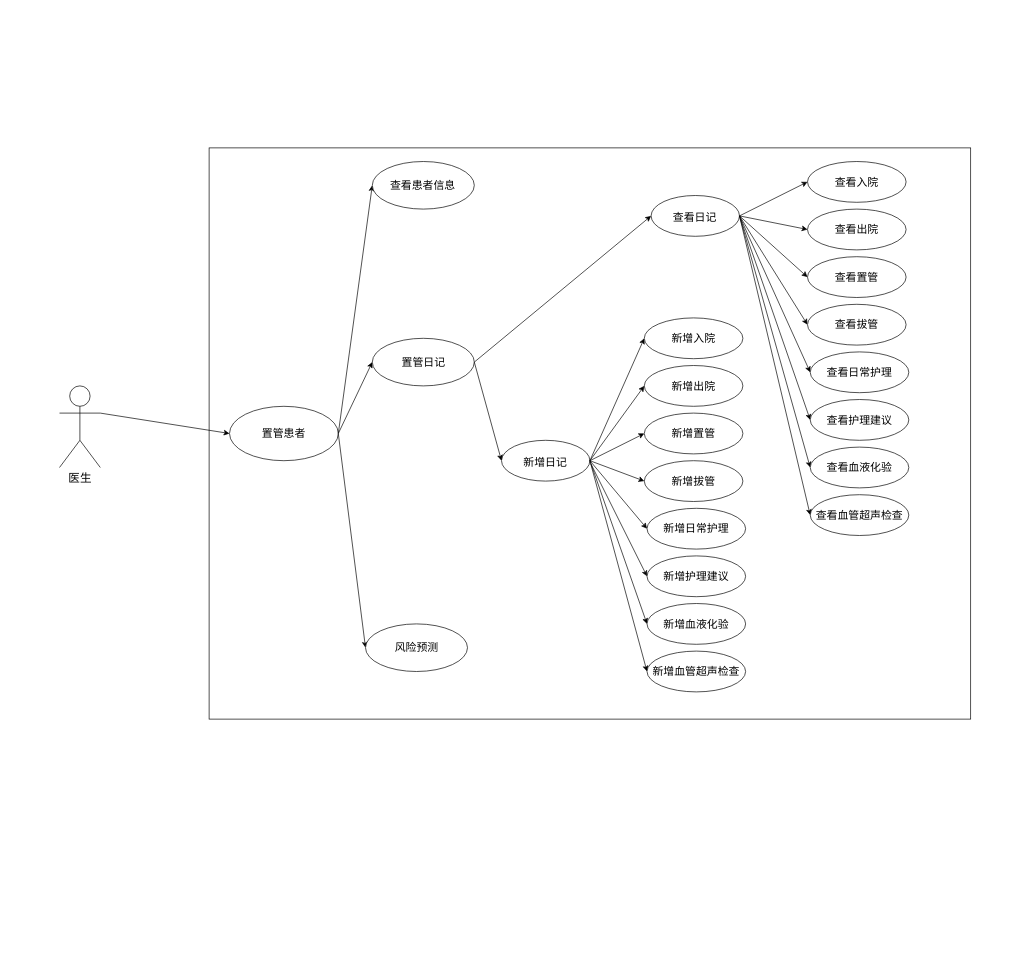
The draw.io diagram 毕设_用况图_医生端_.drawio in ssssszj/Drawio, before the edit. Source tidied: cells renumbered, new cells numbered last; positions are measured from the earlier drawing's top-left corner, leaving out a move shared by most shapes. Both pictures are drawn from the tidied source at 68%, with x=0, y=0 at pixel (32, 120).
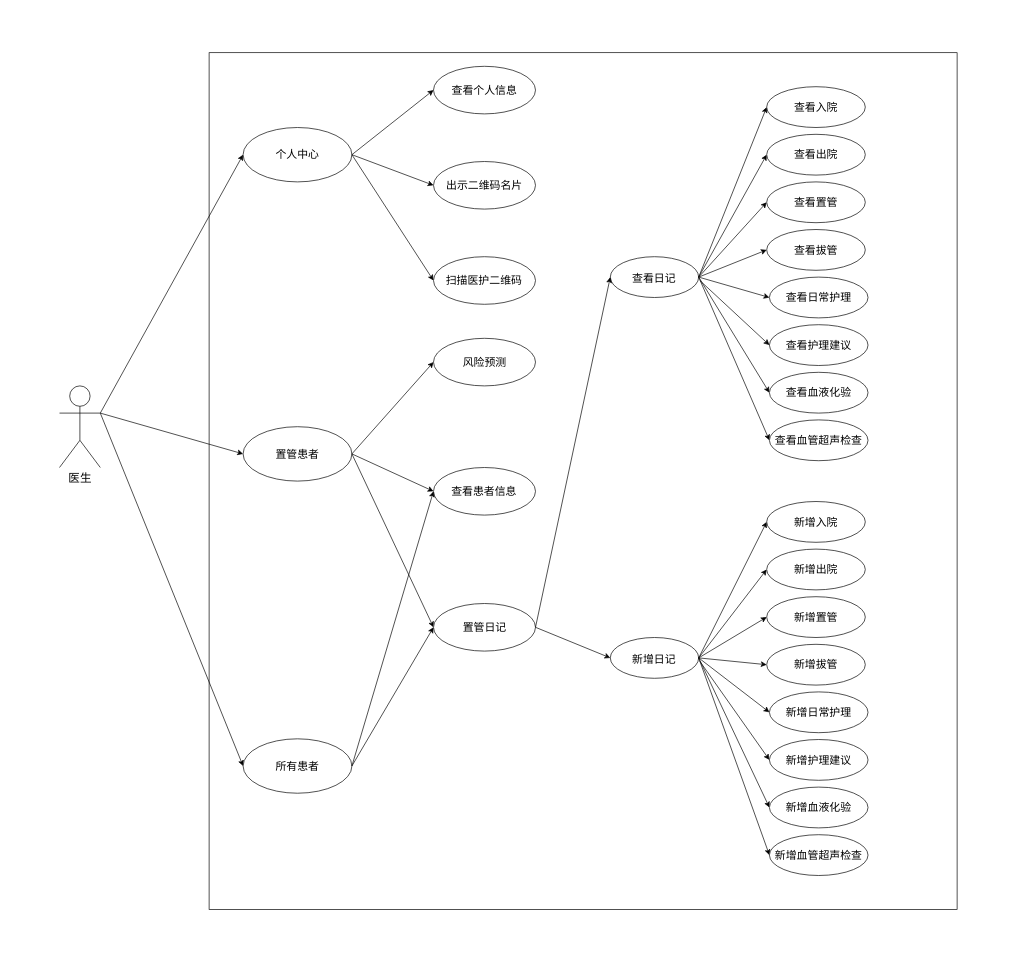
Above is the later version.

Commit message:
更新毕设_用况图_医生端_.drawio

The change refers to these unchanged cells:
```xml
<mxCell id="4" value="医生" style="shape=umlActor;verticalLabelPosition=bottom;verticalAlign=top;html=1;outlineConnect=0;fontSize=17;" parent="1" vertex="1">
  <mxGeometry x="40" y="390" width="60" height="120" as="geometry" />
</mxCell>
<mxCell id="11" style="ellipse;whiteSpace=wrap;html=1;" parent="10" vertex="1">
  <mxGeometry width="150" height="70" as="geometry" />
</mxCell>
<mxCell id="15" style="ellipse;whiteSpace=wrap;html=1;" parent="14" vertex="1">
  <mxGeometry width="150" height="70" as="geometry" />
</mxCell>
```

Change to the diagram source:
```diff
@@
     <mxCell id="2" style="rounded=0;whiteSpace=wrap;html=1;strokeColor=none;" parent="1" vertex="1">
-      <mxGeometry width="1430" height="910" as="geometry" />
+      <mxGeometry x="-30" y="-160" width="1480" height="1370" as="geometry" />
     </mxCell>
     <mxCell id="3" style="rounded=0;whiteSpace=wrap;html=1;" parent="1" vertex="1">
-      <mxGeometry x="260" y="40" width="1120" height="840" as="geometry" />
+      <mxGeometry x="260" y="-100" width="1100" height="1260" as="geometry" />
     </mxCell>
@@
     <mxCell id="6" style="group;" parent="1" vertex="1">
-      <mxGeometry x="290" y="420" width="160" height="80" as="geometry" />
+      <mxGeometry x="310" y="450" width="160" height="80" as="geometry" />
     </mxCell>
@@
     <mxCell id="10" style="group;" parent="1" vertex="1">
-      <mxGeometry x="500" y="60" width="150" height="70" as="geometry" />
+      <mxGeometry x="590" y="510" width="150" height="70" as="geometry" />
     </mxCell>
@@
     <mxCell id="14" style="group;" parent="1" vertex="1">
-      <mxGeometry x="500" y="320" width="150" height="70" as="geometry" />
+      <mxGeometry x="590" y="710" width="150" height="70" as="geometry" />
     </mxCell>
@@
     <mxCell id="18" style="group;" parent="1" vertex="1">
-      <mxGeometry x="490" y="740" width="150" height="70" as="geometry" />
+      <mxGeometry x="590" y="320" width="150" height="70" as="geometry" />
     </mxCell>
@@
     <mxCell id="21" style="group;" parent="1" vertex="1">
-      <mxGeometry x="910" y="110" width="130" height="60" as="geometry" />
+      <mxGeometry x="850" y="200" width="130" height="60" as="geometry" />
     </mxCell>
@@
     <mxCell id="25" style="group;" parent="1" vertex="1">
-      <mxGeometry x="1140" y="60" width="145" height="60" as="geometry" />
+      <mxGeometry x="1080" y="-50" width="145" height="60" as="geometry" />
     </mxCell>
@@
     <mxCell id="29" style="group;" parent="1" vertex="1">
-      <mxGeometry x="1140" y="130" width="145" height="60" as="geometry" />
+      <mxGeometry x="1080" y="20" width="145" height="60" as="geometry" />
     </mxCell>
@@
     <mxCell id="33" style="group;" parent="1" vertex="1">
-      <mxGeometry x="1140" y="200" width="145" height="60" as="geometry" />
+      <mxGeometry x="1080" y="90" width="145" height="60" as="geometry" />
     </mxCell>
@@
     <mxCell id="37" style="group;" parent="1" vertex="1">
-      <mxGeometry x="1140" y="270" width="145" height="60" as="geometry" />
+      <mxGeometry x="1080" y="160" width="145" height="60" as="geometry" />
     </mxCell>
@@
     <mxCell id="41" style="group;" parent="1" vertex="1">
-      <mxGeometry x="1144" y="340" width="145" height="60" as="geometry" />
+      <mxGeometry x="1084" y="230" width="145" height="60" as="geometry" />
     </mxCell>
@@
     <mxCell id="45" style="group;" parent="1" vertex="1">
-      <mxGeometry x="1144" y="410" width="145" height="60" as="geometry" />
+      <mxGeometry x="1084" y="300" width="145" height="60" as="geometry" />
     </mxCell>
@@
     <mxCell id="49" style="group;" parent="1" vertex="1">
-      <mxGeometry x="1144" y="480" width="145" height="60" as="geometry" />
+      <mxGeometry x="1084" y="370" width="145" height="60" as="geometry" />
     </mxCell>
@@
     <mxCell id="53" style="group;" parent="1" vertex="1">
-      <mxGeometry x="1144" y="550" width="145" height="60" as="geometry" />
+      <mxGeometry x="1084" y="440" width="145" height="60" as="geometry" />
     </mxCell>
@@
     <mxCell id="56" style="group;" parent="1" vertex="1">
-      <mxGeometry x="690" y="470" width="130" height="60" as="geometry" />
+      <mxGeometry x="850" y="760" width="130" height="60" as="geometry" />
     </mxCell>
@@
     <mxCell id="60" style="group;" parent="1" vertex="1">
-      <mxGeometry x="900" y="290" width="145" height="60" as="geometry" />
+      <mxGeometry x="1080" y="560" width="145" height="60" as="geometry" />
     </mxCell>
@@
     <mxCell id="64" style="group;" parent="1" vertex="1">
-      <mxGeometry x="900" y="360" width="145" height="60" as="geometry" />
+      <mxGeometry x="1080" y="630" width="145" height="60" as="geometry" />
     </mxCell>
@@
     <mxCell id="68" style="group;" parent="1" vertex="1">
-      <mxGeometry x="900" y="430" width="145" height="60" as="geometry" />
+      <mxGeometry x="1080" y="700" width="145" height="60" as="geometry" />
     </mxCell>
@@
     <mxCell id="72" style="group;" parent="1" vertex="1">
-      <mxGeometry x="900" y="500" width="145" height="60" as="geometry" />
+      <mxGeometry x="1080" y="770" width="145" height="60" as="geometry" />
     </mxCell>
@@
     <mxCell id="76" style="group;" parent="1" vertex="1">
-      <mxGeometry x="904" y="570" width="145" height="60" as="geometry" />
+      <mxGeometry x="1084" y="840" width="145" height="60" as="geometry" />
     </mxCell>
@@
     <mxCell id="80" style="group;" parent="1" vertex="1">
-      <mxGeometry x="904" y="640" width="145" height="60" as="geometry" />
+      <mxGeometry x="1084" y="910" width="145" height="60" as="geometry" />
     </mxCell>
@@
     <mxCell id="84" style="group;" parent="1" vertex="1">
-      <mxGeometry x="904" y="710" width="145" height="60" as="geometry" />
+      <mxGeometry x="1084" y="980" width="145" height="60" as="geometry" />
     </mxCell>
@@
     <mxCell id="88" style="group;" parent="1" vertex="1">
-      <mxGeometry x="904" y="780" width="145" height="60" as="geometry" />
+      <mxGeometry x="1084" y="1050" width="145" height="60" as="geometry" />
     </mxCell>
@@
+    <mxCell id="93" style="endArrow=classic;html=1;rounded=0;exitX=1;exitY=0.3333333333333333;exitDx=0;exitDy=0;exitPerimeter=0;entryX=0;entryY=0.5;entryDx=0;entryDy=0;" parent="1" edge="1" source="4" target="95">
+      <mxGeometry relative="1" as="geometry" />
+    </mxCell>
+    <mxCell id="94" style="group;" parent="1" vertex="1">
+      <mxGeometry x="310" y="909" width="160" height="80" as="geometry" />
+    </mxCell>
+    <mxCell id="95" style="ellipse;whiteSpace=wrap;html=1;" parent="94" vertex="1">
+      <mxGeometry width="160" height="80" as="geometry" />
+    </mxCell>
+    <mxCell id="96" value="&lt;span style=&quot;font-size: 16px;&quot;&gt;所有患者&lt;/span&gt;" style="text;html=1;align=center;verticalAlign=middle;whiteSpace=wrap;rounded=0;" parent="94" vertex="1">
+      <mxGeometry x="35" y="25" width="90" height="30" as="geometry" />
+    </mxCell>
+    <mxCell id="97" style="endArrow=classic;html=1;rounded=0;exitX=1;exitY=0.5;exitDx=0;exitDy=0;entryX=0;entryY=0.5;entryDx=0;entryDy=0;" parent="1" edge="1" source="95" target="11">
+      <mxGeometry relative="1" as="geometry" />
+    </mxCell>
+    <mxCell id="98" style="endArrow=classic;html=1;rounded=0;exitX=1;exitY=0.5;exitDx=0;exitDy=0;entryX=0;entryY=0.5;entryDx=0;entryDy=0;" parent="1" edge="1" source="95" target="15">
+      <mxGeometry relative="1" as="geometry" />
+    </mxCell>
+    <mxCell id="99" style="endArrow=classic;html=1;rounded=0;exitX=1;exitY=0.3333333333333333;exitDx=0;exitDy=0;exitPerimeter=0;entryX=0;entryY=0.5;entryDx=0;entryDy=0;" parent="1" edge="1" source="4" target="101">
+      <mxGeometry relative="1" as="geometry" />
+    </mxCell>
+    <mxCell id="100" style="group;" parent="1" vertex="1">
+      <mxGeometry x="310" y="10" width="160" height="80" as="geometry" />
+    </mxCell>
+    <mxCell id="101" style="ellipse;whiteSpace=wrap;html=1;" parent="100" vertex="1">
+      <mxGeometry width="160" height="80" as="geometry" />
+    </mxCell>
+    <mxCell id="102" value="&lt;span style=&quot;font-size: 16px;&quot;&gt;个人中心&lt;/span&gt;" style="text;html=1;align=center;verticalAlign=middle;whiteSpace=wrap;rounded=0;" parent="100" vertex="1">
+      <mxGeometry x="35" y="25" width="90" height="30" as="geometry" />
+    </mxCell>
+    <mxCell id="103" style="group;" parent="1" vertex="1">
+      <mxGeometry x="590" y="-80" width="150" height="70" as="geometry" />
+    </mxCell>
+    <mxCell id="104" style="group;" parent="103" vertex="1">
+      <mxGeometry width="150" height="70" as="geometry" />
+    </mxCell>
+    <mxCell id="105" style="ellipse;whiteSpace=wrap;html=1;" parent="104" vertex="1">
+      <mxGeometry width="150" height="70" as="geometry" />
+    </mxCell>
+    <mxCell id="106" value="&lt;span style=&quot;font-size: 16px;&quot;&gt;查看个人信息&lt;/span&gt;" style="text;html=1;align=center;verticalAlign=middle;whiteSpace=wrap;rounded=0;" parent="104" vertex="1">
+      <mxGeometry x="25.8" y="21.9" width="98.4" height="26.2" as="geometry" />
+    </mxCell>
+    <mxCell id="107" style="endArrow=classic;html=1;rounded=0;exitX=1;exitY=0.5;exitDx=0;exitDy=0;entryX=0;entryY=0.5;entryDx=0;entryDy=0;" parent="1" edge="1" source="101" target="105">
+      <mxGeometry relative="1" as="geometry" />
+    </mxCell>
+    <mxCell id="108" style="group;" parent="1" vertex="1">
+      <mxGeometry x="590" y="60" width="150" height="70" as="geometry" />
+    </mxCell>
+    <mxCell id="109" style="group;" parent="108" vertex="1">
+      <mxGeometry width="150" height="70" as="geometry" />
+    </mxCell>
+    <mxCell id="110" style="ellipse;whiteSpace=wrap;html=1;" parent="109" vertex="1">
+      <mxGeometry width="150" height="70" as="geometry" />
+    </mxCell>
+    <mxCell id="111" value="&lt;span style=&quot;font-size: 16px;&quot;&gt;出示二维码名片&lt;/span&gt;" style="text;html=1;align=center;verticalAlign=middle;whiteSpace=wrap;rounded=0;" parent="109" vertex="1">
+      <mxGeometry x="5" y="21.9" width="140" height="26.2" as="geometry" />
+    </mxCell>
+    <mxCell id="112" style="endArrow=classic;html=1;rounded=0;exitX=1;exitY=0.5;exitDx=0;exitDy=0;entryX=0;entryY=0.5;entryDx=0;entryDy=0;" parent="1" edge="1" source="101" target="110">
+      <mxGeometry relative="1" as="geometry" />
+    </mxCell>
+    <mxCell id="113" style="group;" parent="1" vertex="1">
+      <mxGeometry x="590" y="200" width="150" height="70" as="geometry" />
+    </mxCell>
+    <mxCell id="114" style="group;" parent="113" vertex="1">
+      <mxGeometry width="150" height="70" as="geometry" />
+    </mxCell>
+    <mxCell id="115" style="ellipse;whiteSpace=wrap;html=1;" parent="114" vertex="1">
+      <mxGeometry width="150" height="70" as="geometry" />
+    </mxCell>
+    <mxCell id="116" value="&lt;span style=&quot;font-size: 16px;&quot;&gt;扫描医护二维码&lt;/span&gt;" style="text;html=1;align=center;verticalAlign=middle;whiteSpace=wrap;rounded=0;" parent="114" vertex="1">
+      <mxGeometry x="14.4" y="21.9" width="121.2" height="26.2" as="geometry" />
+    </mxCell>
+    <mxCell id="117" style="endArrow=classic;html=1;rounded=0;exitX=1;exitY=0.5;exitDx=0;exitDy=0;entryX=0;entryY=0.5;entryDx=0;entryDy=0;" parent="1" edge="1" source="101" target="115">
+      <mxGeometry relative="1" as="geometry" />
+    </mxCell>
```
